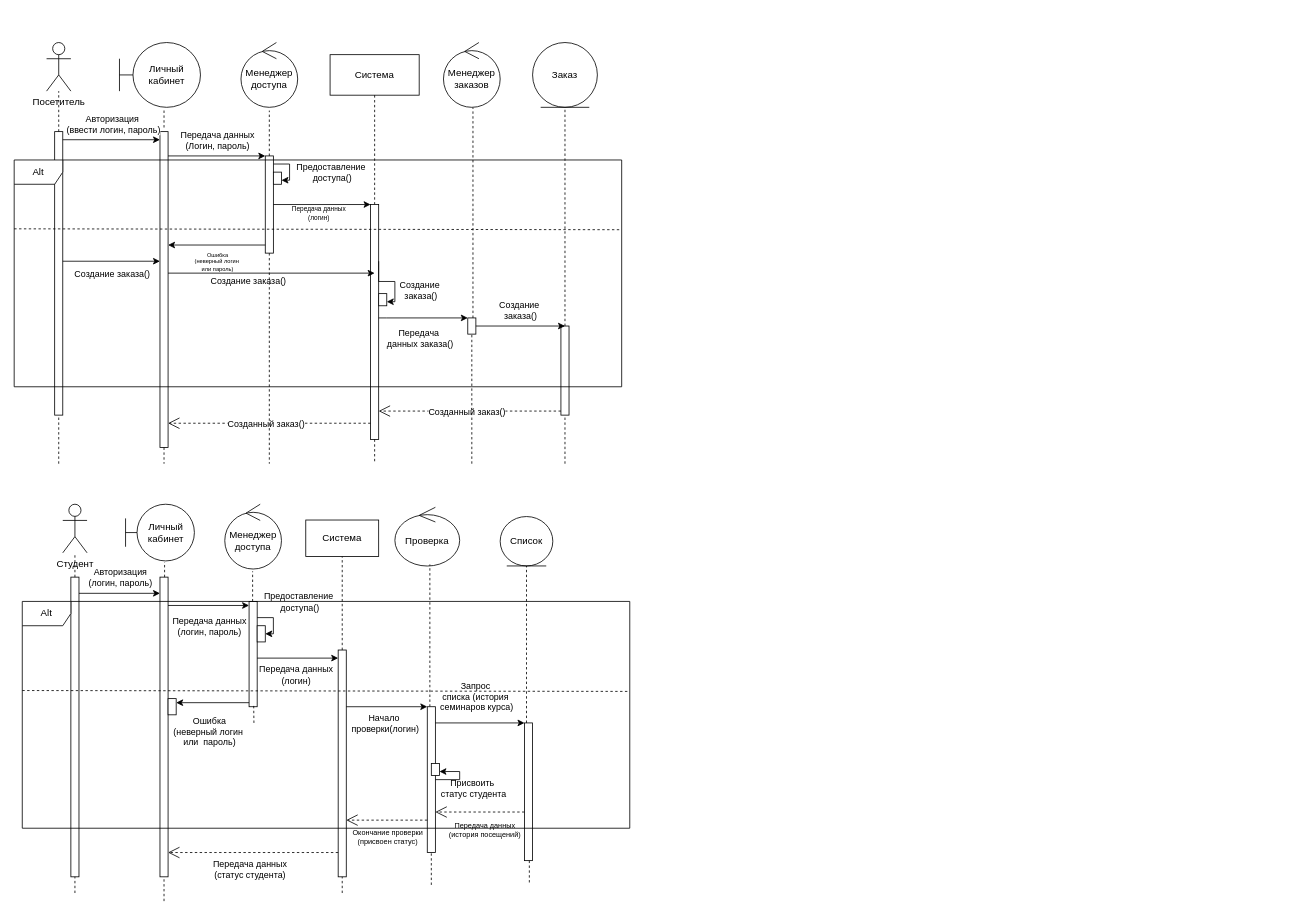
mopsin666/AKMS keeps this draw.io diagram as AKMS_4.drawio. Above is the earlier version. Source tidied: cells renumbered, new cells numbered last; positions are measured from the earlier drawing's top-left corner, leaving out a move shared by most shapes. Both pictures are drawn from the tidied source at 81%, with x=0, y=0 at pixel (14, 42).
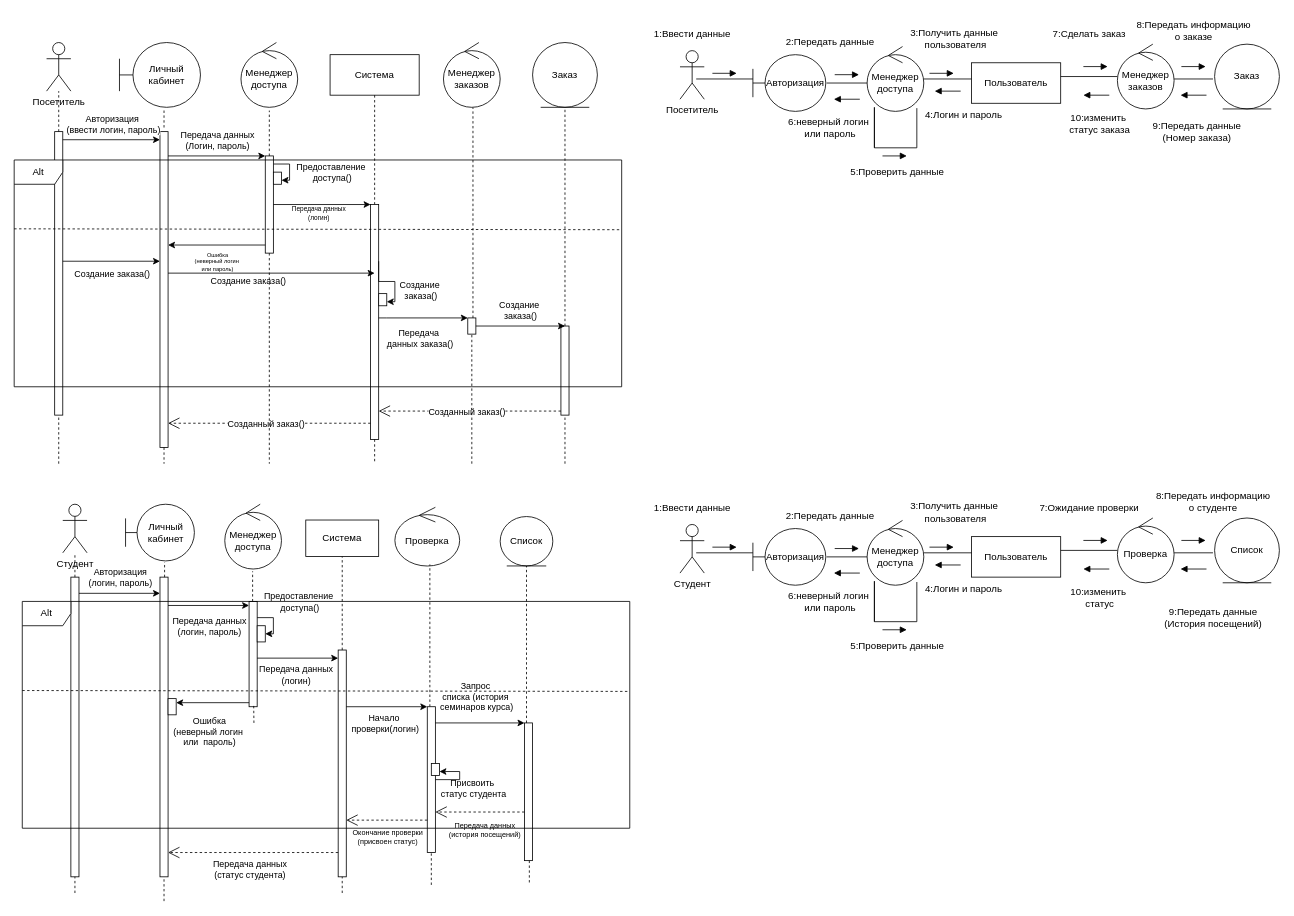
The same diagram, later.

Diff of the diagram source:
```diff
@@
+    <mxCell id="105" value="Посетитель" style="shape=umlActor;verticalLabelPosition=bottom;verticalAlign=top;html=1;" parent="1" vertex="1">
+      <mxGeometry x="822" y="10" width="30" height="60" as="geometry" />
+    </mxCell>
+    <mxCell id="106" value="Авторизация" style="shape=umlBoundary;whiteSpace=wrap;html=1;" parent="1" vertex="1">
+      <mxGeometry x="912" y="15" width="90" height="70" as="geometry" />
+    </mxCell>
+    <mxCell id="107" value="Менеджер доступа" style="ellipse;shape=umlControl;whiteSpace=wrap;html=1;" parent="1" vertex="1">
+      <mxGeometry x="1053" y="5" width="70" height="80" as="geometry" />
+    </mxCell>
+    <mxCell id="108" style="line;strokeWidth=1;fillColor=none;align=left;verticalAlign=middle;spacingTop=-1;spacingLeft=3;spacingRight=3;labelPosition=right;strokeColor=inherit;" parent="1" vertex="1">
+      <mxGeometry x="842" y="41" width="70" height="8" as="geometry" />
+    </mxCell>
+    <mxCell id="109" style="line;strokeWidth=1;fillColor=none;align=left;verticalAlign=middle;spacingTop=-1;spacingLeft=3;spacingRight=3;labelPosition=right;strokeColor=inherit;" parent="1" vertex="1">
+      <mxGeometry x="1003" y="46" width="50" height="8" as="geometry" />
+    </mxCell>
+    <mxCell id="110" value="1:Ввести данные" style="text;html=1;align=center;verticalAlign=middle;strokeColor=none;fillColor=none;" parent="1" vertex="1">
+      <mxGeometry x="777" y="-25" width="120" height="30" as="geometry" />
+    </mxCell>
+    <mxCell id="111" value="2:Передать данные" style="text;html=1;align=center;verticalAlign=middle;strokeColor=none;fillColor=none;" parent="1" vertex="1">
+      <mxGeometry x="942" y="-15" width="130" height="30" as="geometry" />
+    </mxCell>
+    <mxCell id="112" style="endArrow=none;html=1;edgeStyle=orthogonalEdgeStyle;rounded=0;exitX=0.882;exitY=0.238;exitDx=0;exitDy=0;exitPerimeter=0;" parent="1" edge="1">
+      <mxGeometry relative="1" as="geometry">
+        <mxPoint x="1114.4" y="81" as="sourcePoint" />
+        <mxPoint x="1062" y="130" as="targetPoint" />
+        <Array as="points">
+          <mxPoint x="1114" y="130" />
+          <mxPoint x="1062" y="130" />
+          <mxPoint x="1062" y="80" />
+        </Array>
+      </mxGeometry>
+    </mxCell>
+    <mxCell id="113" value="Пользователь" style="html=1;whiteSpace=wrap;" parent="1" vertex="1">
+      <mxGeometry x="1182" y="25" width="110" height="50" as="geometry" />
+    </mxCell>
+    <mxCell id="114" value="3:Получить данные&amp;nbsp;&lt;div&gt;пользователя&lt;/div&gt;" style="text;html=1;align=center;verticalAlign=middle;strokeColor=none;fillColor=none;" parent="1" vertex="1">
+      <mxGeometry x="1092" y="-25" width="140" height="40" as="geometry" />
+    </mxCell>
+    <mxCell id="115" style="line;strokeWidth=1;fillColor=none;align=left;verticalAlign=middle;spacingTop=-1;spacingLeft=3;spacingRight=3;labelPosition=right;strokeColor=inherit;" parent="1" vertex="1">
+      <mxGeometry x="1123" y="41" width="59" height="8" as="geometry" />
+    </mxCell>
+    <mxCell id="116" style="line;strokeWidth=1;fillColor=none;align=left;verticalAlign=middle;spacingTop=-1;spacingLeft=3;spacingRight=3;labelPosition=right;strokeColor=inherit;" parent="1" vertex="1">
+      <mxGeometry x="1292" y="38" width="70" height="8" as="geometry" />
+    </mxCell>
+    <mxCell id="117" value="7:Сделать заказ" style="text;html=1;align=center;verticalAlign=middle;strokeColor=none;fillColor=none;" parent="1" vertex="1">
+      <mxGeometry x="1272" y="-25" width="110" height="30" as="geometry" />
+    </mxCell>
+    <mxCell id="118" value="Менеджер заказов" style="ellipse;shape=umlControl;whiteSpace=wrap;html=1;" parent="1" vertex="1">
+      <mxGeometry x="1362" y="2" width="70" height="80" as="geometry" />
+    </mxCell>
+    <mxCell id="119" value="Заказ" style="ellipse;shape=umlEntity;whiteSpace=wrap;html=1;" parent="1" vertex="1">
+      <mxGeometry x="1482" y="2" width="80" height="80" as="geometry" />
+    </mxCell>
+    <mxCell id="120" style="line;strokeWidth=1;fillColor=none;align=left;verticalAlign=middle;spacingTop=-1;spacingLeft=3;spacingRight=3;labelPosition=right;strokeColor=inherit;" parent="1" vertex="1">
+      <mxGeometry x="1432" y="41" width="48" height="8" as="geometry" />
+    </mxCell>
+    <mxCell id="121" value="8:Передать информацию&lt;br&gt;о заказе" style="text;html=1;align=center;verticalAlign=middle;strokeColor=none;fillColor=none;" parent="1" vertex="1">
+      <mxGeometry x="1376" y="-35" width="160" height="40" as="geometry" />
+    </mxCell>
+    <mxCell id="122" style="html=1;verticalAlign=bottom;endArrow=block;curved=0;rounded=0;" parent="1" edge="1">
+      <mxGeometry relative="1" as="geometry">
+        <mxPoint x="862" y="38" as="sourcePoint" />
+        <mxPoint x="892" y="38" as="targetPoint" />
+      </mxGeometry>
+    </mxCell>
+    <mxCell id="123" style="html=1;verticalAlign=bottom;endArrow=block;curved=0;rounded=0;" parent="1" edge="1">
+      <mxGeometry relative="1" as="geometry">
+        <mxPoint x="1013" y="39.7" as="sourcePoint" />
+        <mxPoint x="1043" y="39.7" as="targetPoint" />
+      </mxGeometry>
+    </mxCell>
+    <mxCell id="124" style="html=1;verticalAlign=bottom;endArrow=block;curved=0;rounded=0;" parent="1" edge="1">
+      <mxGeometry relative="1" as="geometry">
+        <mxPoint x="1130" y="38" as="sourcePoint" />
+        <mxPoint x="1160" y="38" as="targetPoint" />
+      </mxGeometry>
+    </mxCell>
+    <mxCell id="125" style="html=1;verticalAlign=bottom;endArrow=block;curved=0;rounded=0;" parent="1" edge="1">
+      <mxGeometry relative="1" as="geometry">
+        <mxPoint x="1072" y="140" as="sourcePoint" />
+        <mxPoint x="1102" y="140" as="targetPoint" />
+      </mxGeometry>
+    </mxCell>
+    <mxCell id="126" style="html=1;verticalAlign=bottom;endArrow=block;curved=0;rounded=0;" parent="1" edge="1">
+      <mxGeometry relative="1" as="geometry">
+        <mxPoint x="1320" y="29.7" as="sourcePoint" />
+        <mxPoint x="1350" y="29.7" as="targetPoint" />
+      </mxGeometry>
+    </mxCell>
+    <mxCell id="127" style="html=1;verticalAlign=bottom;endArrow=block;curved=0;rounded=0;" parent="1" edge="1">
+      <mxGeometry relative="1" as="geometry">
+        <mxPoint x="1441" y="29.7" as="sourcePoint" />
+        <mxPoint x="1471" y="29.7" as="targetPoint" />
+      </mxGeometry>
+    </mxCell>
+    <mxCell id="128" style="html=1;verticalAlign=bottom;endArrow=block;curved=0;rounded=0;" parent="1" edge="1">
+      <mxGeometry relative="1" as="geometry">
+        <mxPoint x="1352" y="65" as="sourcePoint" />
+        <mxPoint x="1320" y="65" as="targetPoint" />
+      </mxGeometry>
+    </mxCell>
+    <mxCell id="129" style="html=1;verticalAlign=bottom;endArrow=block;curved=0;rounded=0;" parent="1" edge="1">
+      <mxGeometry relative="1" as="geometry">
+        <mxPoint x="1472" y="65" as="sourcePoint" />
+        <mxPoint x="1440" y="65" as="targetPoint" />
+      </mxGeometry>
+    </mxCell>
+    <mxCell id="130" style="html=1;verticalAlign=bottom;endArrow=block;curved=0;rounded=0;" parent="1" edge="1">
+      <mxGeometry relative="1" as="geometry">
+        <mxPoint x="1168.5" y="60" as="sourcePoint" />
+        <mxPoint x="1136.5" y="60" as="targetPoint" />
+      </mxGeometry>
+    </mxCell>
+    <mxCell id="131" style="html=1;verticalAlign=bottom;endArrow=block;curved=0;rounded=0;" parent="1" edge="1">
+      <mxGeometry relative="1" as="geometry">
+        <mxPoint x="1044" y="70" as="sourcePoint" />
+        <mxPoint x="1012" y="70" as="targetPoint" />
+      </mxGeometry>
+    </mxCell>
+    <mxCell id="132" value="4:Логин и пароль" style="text;html=1;align=center;verticalAlign=middle;strokeColor=none;fillColor=none;" parent="1" vertex="1">
+      <mxGeometry x="1112" y="75" width="120" height="30" as="geometry" />
+    </mxCell>
+    <mxCell id="133" value="5:Проверить данные" style="text;html=1;align=center;verticalAlign=middle;strokeColor=none;fillColor=none;" parent="1" vertex="1">
+      <mxGeometry x="1020" y="145" width="140" height="30" as="geometry" />
+    </mxCell>
+    <mxCell id="134" value="6:неверный логин&amp;nbsp;&lt;div&gt;или пароль&lt;/div&gt;" style="text;html=1;align=center;verticalAlign=middle;strokeColor=none;fillColor=none;" parent="1" vertex="1">
+      <mxGeometry x="942" y="85" width="130" height="40" as="geometry" />
+    </mxCell>
+    <mxCell id="135" value="10:изменить&amp;nbsp;&lt;div&gt;статус заказа&lt;/div&gt;" style="text;html=1;align=center;verticalAlign=middle;strokeColor=none;fillColor=none;" parent="1" vertex="1">
+      <mxGeometry x="1290" y="80" width="100" height="40" as="geometry" />
+    </mxCell>
+    <mxCell id="136" value="Студент" style="shape=umlActor;verticalLabelPosition=bottom;verticalAlign=top;html=1;" parent="1" vertex="1">
+      <mxGeometry x="822" y="595" width="30" height="60" as="geometry" />
+    </mxCell>
+    <mxCell id="137" value="Авторизация" style="shape=umlBoundary;whiteSpace=wrap;html=1;" parent="1" vertex="1">
+      <mxGeometry x="912" y="600" width="90" height="70" as="geometry" />
+    </mxCell>
+    <mxCell id="138" value="Менеджер доступа" style="ellipse;shape=umlControl;whiteSpace=wrap;html=1;" parent="1" vertex="1">
+      <mxGeometry x="1053" y="590" width="70" height="80" as="geometry" />
+    </mxCell>
+    <mxCell id="139" style="line;strokeWidth=1;fillColor=none;align=left;verticalAlign=middle;spacingTop=-1;spacingLeft=3;spacingRight=3;labelPosition=right;strokeColor=inherit;" parent="1" vertex="1">
+      <mxGeometry x="842" y="626" width="70" height="8" as="geometry" />
+    </mxCell>
+    <mxCell id="140" style="line;strokeWidth=1;fillColor=none;align=left;verticalAlign=middle;spacingTop=-1;spacingLeft=3;spacingRight=3;labelPosition=right;strokeColor=inherit;" parent="1" vertex="1">
+      <mxGeometry x="1003" y="631" width="50" height="8" as="geometry" />
+    </mxCell>
+    <mxCell id="141" value="1:Ввести данные" style="text;html=1;align=center;verticalAlign=middle;strokeColor=none;fillColor=none;" parent="1" vertex="1">
+      <mxGeometry x="777" y="560" width="120" height="30" as="geometry" />
+    </mxCell>
+    <mxCell id="142" value="2:Передать данные" style="text;html=1;align=center;verticalAlign=middle;strokeColor=none;fillColor=none;" parent="1" vertex="1">
+      <mxGeometry x="942" y="570" width="130" height="30" as="geometry" />
+    </mxCell>
+    <mxCell id="143" style="endArrow=none;html=1;edgeStyle=orthogonalEdgeStyle;rounded=0;exitX=0.882;exitY=0.238;exitDx=0;exitDy=0;exitPerimeter=0;" parent="1" edge="1">
+      <mxGeometry relative="1" as="geometry">
+        <mxPoint x="1114.4" y="666" as="sourcePoint" />
+        <mxPoint x="1062" y="715" as="targetPoint" />
+        <Array as="points">
+          <mxPoint x="1114" y="715" />
+          <mxPoint x="1062" y="715" />
+          <mxPoint x="1062" y="665" />
+        </Array>
+      </mxGeometry>
+    </mxCell>
+    <mxCell id="144" value="Пользователь" style="html=1;whiteSpace=wrap;" parent="1" vertex="1">
+      <mxGeometry x="1182" y="610" width="110" height="50" as="geometry" />
+    </mxCell>
+    <mxCell id="145" value="3:Получить данные&amp;nbsp;&lt;div&gt;пользователя&lt;/div&gt;" style="text;html=1;align=center;verticalAlign=middle;strokeColor=none;fillColor=none;" parent="1" vertex="1">
+      <mxGeometry x="1092" y="560" width="140" height="40" as="geometry" />
+    </mxCell>
+    <mxCell id="146" style="line;strokeWidth=1;fillColor=none;align=left;verticalAlign=middle;spacingTop=-1;spacingLeft=3;spacingRight=3;labelPosition=right;strokeColor=inherit;" parent="1" vertex="1">
+      <mxGeometry x="1123" y="626" width="59" height="8" as="geometry" />
+    </mxCell>
+    <mxCell id="147" style="line;strokeWidth=1;fillColor=none;align=left;verticalAlign=middle;spacingTop=-1;spacingLeft=3;spacingRight=3;labelPosition=right;strokeColor=inherit;" parent="1" vertex="1">
+      <mxGeometry x="1292" y="623" width="70" height="8" as="geometry" />
+    </mxCell>
+    <mxCell id="148" value="7:Ожидание проверки" style="text;html=1;align=center;verticalAlign=middle;strokeColor=none;fillColor=none;" parent="1" vertex="1">
+      <mxGeometry x="1252" y="560" width="150" height="30" as="geometry" />
+    </mxCell>
+    <mxCell id="149" value="Проверка" style="ellipse;shape=umlControl;whiteSpace=wrap;html=1;" parent="1" vertex="1">
+      <mxGeometry x="1362" y="587" width="70" height="80" as="geometry" />
+    </mxCell>
+    <mxCell id="150" value="Список" style="ellipse;shape=umlEntity;whiteSpace=wrap;html=1;" parent="1" vertex="1">
+      <mxGeometry x="1482" y="587" width="80" height="80" as="geometry" />
+    </mxCell>
+    <mxCell id="151" style="line;strokeWidth=1;fillColor=none;align=left;verticalAlign=middle;spacingTop=-1;spacingLeft=3;spacingRight=3;labelPosition=right;strokeColor=inherit;" parent="1" vertex="1">
+      <mxGeometry x="1432" y="626" width="48" height="8" as="geometry" />
+    </mxCell>
+    <mxCell id="152" value="8:Передать информацию&lt;br&gt;о студенте" style="text;html=1;align=center;verticalAlign=middle;strokeColor=none;fillColor=none;" parent="1" vertex="1">
+      <mxGeometry x="1400" y="547" width="160" height="40" as="geometry" />
+    </mxCell>
+    <mxCell id="153" style="html=1;verticalAlign=bottom;endArrow=block;curved=0;rounded=0;" parent="1" edge="1">
+      <mxGeometry relative="1" as="geometry">
+        <mxPoint x="862" y="623" as="sourcePoint" />
+        <mxPoint x="892" y="623" as="targetPoint" />
+      </mxGeometry>
+    </mxCell>
+    <mxCell id="154" style="html=1;verticalAlign=bottom;endArrow=block;curved=0;rounded=0;" parent="1" edge="1">
+      <mxGeometry relative="1" as="geometry">
+        <mxPoint x="1013" y="624.7" as="sourcePoint" />
+        <mxPoint x="1043" y="624.7" as="targetPoint" />
+      </mxGeometry>
+    </mxCell>
+    <mxCell id="155" style="html=1;verticalAlign=bottom;endArrow=block;curved=0;rounded=0;" parent="1" edge="1">
+      <mxGeometry relative="1" as="geometry">
+        <mxPoint x="1130" y="623" as="sourcePoint" />
+        <mxPoint x="1160" y="623" as="targetPoint" />
+      </mxGeometry>
+    </mxCell>
+    <mxCell id="156" style="html=1;verticalAlign=bottom;endArrow=block;curved=0;rounded=0;" parent="1" edge="1">
+      <mxGeometry relative="1" as="geometry">
+        <mxPoint x="1072" y="725" as="sourcePoint" />
+        <mxPoint x="1102" y="725" as="targetPoint" />
+      </mxGeometry>
+    </mxCell>
+    <mxCell id="157" style="html=1;verticalAlign=bottom;endArrow=block;curved=0;rounded=0;" parent="1" edge="1">
+      <mxGeometry relative="1" as="geometry">
+        <mxPoint x="1320" y="614.7" as="sourcePoint" />
+        <mxPoint x="1350" y="614.7" as="targetPoint" />
+      </mxGeometry>
+    </mxCell>
+    <mxCell id="158" style="html=1;verticalAlign=bottom;endArrow=block;curved=0;rounded=0;" parent="1" edge="1">
+      <mxGeometry relative="1" as="geometry">
+        <mxPoint x="1441" y="614.7" as="sourcePoint" />
+        <mxPoint x="1471" y="614.7" as="targetPoint" />
+      </mxGeometry>
+    </mxCell>
+    <mxCell id="159" style="html=1;verticalAlign=bottom;endArrow=block;curved=0;rounded=0;" parent="1" edge="1">
+      <mxGeometry relative="1" as="geometry">
+        <mxPoint x="1352" y="650" as="sourcePoint" />
+        <mxPoint x="1320" y="650" as="targetPoint" />
+      </mxGeometry>
+    </mxCell>
+    <mxCell id="160" style="html=1;verticalAlign=bottom;endArrow=block;curved=0;rounded=0;" parent="1" edge="1">
+      <mxGeometry relative="1" as="geometry">
+        <mxPoint x="1472" y="650" as="sourcePoint" />
+        <mxPoint x="1440" y="650" as="targetPoint" />
+      </mxGeometry>
+    </mxCell>
+    <mxCell id="161" style="html=1;verticalAlign=bottom;endArrow=block;curved=0;rounded=0;" parent="1" edge="1">
+      <mxGeometry relative="1" as="geometry">
+        <mxPoint x="1168.5" y="645" as="sourcePoint" />
+        <mxPoint x="1136.5" y="645" as="targetPoint" />
+      </mxGeometry>
+    </mxCell>
+    <mxCell id="162" style="html=1;verticalAlign=bottom;endArrow=block;curved=0;rounded=0;" parent="1" edge="1">
+      <mxGeometry relative="1" as="geometry">
+        <mxPoint x="1044" y="655" as="sourcePoint" />
+        <mxPoint x="1012" y="655" as="targetPoint" />
+      </mxGeometry>
+    </mxCell>
+    <mxCell id="163" value="4:Логин и пароль" style="text;html=1;align=center;verticalAlign=middle;strokeColor=none;fillColor=none;" parent="1" vertex="1">
+      <mxGeometry x="1112" y="660" width="120" height="30" as="geometry" />
+    </mxCell>
+    <mxCell id="164" value="5:Проверить данные" style="text;html=1;align=center;verticalAlign=middle;strokeColor=none;fillColor=none;" parent="1" vertex="1">
+      <mxGeometry x="1020" y="730" width="140" height="30" as="geometry" />
+    </mxCell>
+    <mxCell id="165" value="6:неверный логин&amp;nbsp;&lt;div&gt;или пароль&lt;/div&gt;" style="text;html=1;align=center;verticalAlign=middle;strokeColor=none;fillColor=none;" parent="1" vertex="1">
+      <mxGeometry x="942" y="670" width="130" height="40" as="geometry" />
+    </mxCell>
+    <mxCell id="166" value="10:изменить&amp;nbsp;&lt;div&gt;статус&lt;/div&gt;" style="text;html=1;align=center;verticalAlign=middle;strokeColor=none;fillColor=none;" parent="1" vertex="1">
+      <mxGeometry x="1290" y="665" width="100" height="40" as="geometry" />
+    </mxCell>
+    <mxCell id="167" value="9:Передать данные&lt;br&gt;(История посещений)" style="text;html=1;align=center;verticalAlign=middle;strokeColor=none;fillColor=none;" parent="1" vertex="1">
+      <mxGeometry x="1410" y="690" width="140" height="40" as="geometry" />
+    </mxCell>
+    <mxCell id="168" value="9:Передать данные&lt;br&gt;(Номер заказа)" style="text;html=1;align=center;verticalAlign=middle;strokeColor=none;fillColor=none;" parent="1" vertex="1">
+      <mxGeometry x="1395" y="90" width="130" height="40" as="geometry" />
+    </mxCell>
```
